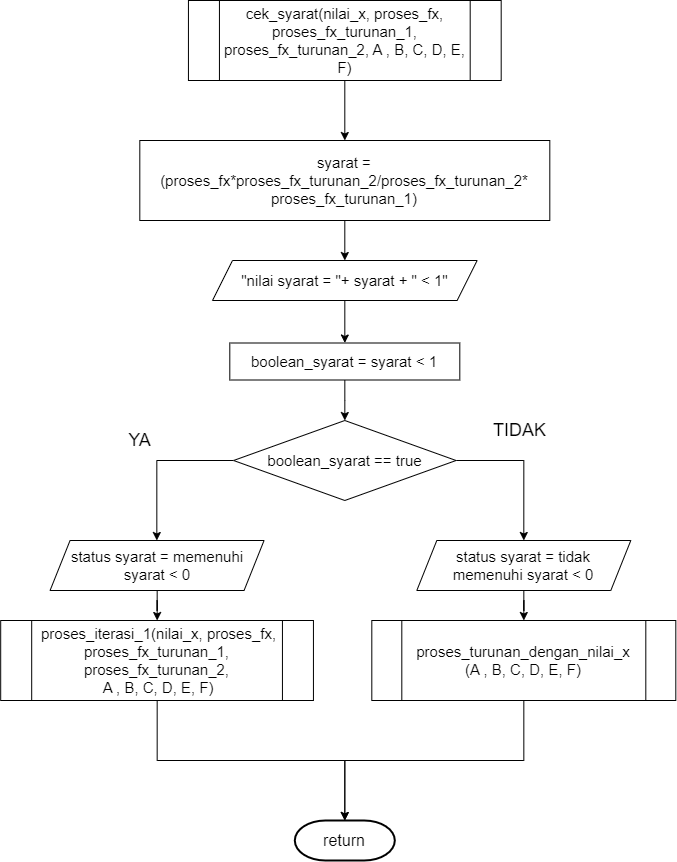
This is Page/page 4.png from indyadirak/algoritma-newton-raptor, a draw.io export, as it was before one commit. Source tidied: cells renumbered, new cells last; positions are measured from the earlier drawing's top-left corner, leaving out a move shared by most shapes. Its diagram source:
```xml
<mxGraphModel>
  <root>
    <mxCell id="0" />
    <mxCell id="1" parent="0" />
    <mxCell id="2" style="edgeStyle=orthogonalEdgeStyle;rounded=0;jettySize=auto;html=1;fontSize=18;" parent="1" edge="1" source="3" target="5">
      <mxGeometry relative="1" as="geometry" />
    </mxCell>
    <mxCell id="3" value="&lt;span style=&quot;font-size: 15px;&quot;&gt;syarat = (proses_fx*proses_fx_turunan_2/proses_fx_turunan_2*&lt;br&gt;proses_fx_turunan_1)&lt;/span&gt;" style="whiteSpace=wrap;html=1;fontSize=15;" parent="1" vertex="1">
      <mxGeometry x="139.3" y="140" width="410" height="80" as="geometry" />
    </mxCell>
    <mxCell id="4" style="edgeStyle=orthogonalEdgeStyle;rounded=0;jettySize=auto;html=1;fontSize=18;" parent="1" edge="1" source="5" target="7">
      <mxGeometry relative="1" as="geometry" />
    </mxCell>
    <mxCell id="5" value="&lt;span style=&quot;font-size: 15px;&quot;&gt;&quot;nilai syarat = &quot;+ syarat + &quot; &amp;lt; 1&quot;&lt;/span&gt;" style="shape=parallelogram;perimeter=parallelogramPerimeter;whiteSpace=wrap;html=1;fixedSize=1;fontSize=15;" parent="1" vertex="1">
      <mxGeometry x="212" y="260" width="264.6" height="40" as="geometry" />
    </mxCell>
    <mxCell id="6" style="edgeStyle=orthogonalEdgeStyle;rounded=0;jettySize=auto;html=1;fontSize=18;" parent="1" edge="1" source="7" target="10">
      <mxGeometry relative="1" as="geometry" />
    </mxCell>
    <mxCell id="7" value="&lt;span style=&quot;font-size: 15px;&quot;&gt;boolean_syarat = syarat &amp;lt; 1&lt;/span&gt;" style="whiteSpace=wrap;html=1;fontSize=15;" parent="1" vertex="1">
      <mxGeometry x="229.3" y="342.5" width="230" height="37" as="geometry" />
    </mxCell>
    <mxCell id="8" style="edgeStyle=orthogonalEdgeStyle;rounded=0;jettySize=auto;html=1;fontSize=18;" parent="1" edge="1" source="10" target="12">
      <mxGeometry relative="1" as="geometry">
        <Array as="points">
          <mxPoint x="156.3" y="460" />
        </Array>
      </mxGeometry>
    </mxCell>
    <mxCell id="9" style="edgeStyle=orthogonalEdgeStyle;rounded=0;jettySize=auto;html=1;entryX=0.5;entryY=0;entryDx=0;entryDy=0;fontSize=18;" parent="1" edge="1" source="10" target="16">
      <mxGeometry relative="1" as="geometry">
        <Array as="points">
          <mxPoint x="523.3" y="460" />
        </Array>
      </mxGeometry>
    </mxCell>
    <mxCell id="10" value="&lt;span style=&quot;font-size: 15px;&quot;&gt;boolean_syarat == true&lt;/span&gt;" style="rhombus;whiteSpace=wrap;html=1;fontSize=15;" parent="1" vertex="1">
      <mxGeometry x="233.1" y="420" width="222.5" height="80" as="geometry" />
    </mxCell>
    <mxCell id="11" style="edgeStyle=orthogonalEdgeStyle;rounded=0;jettySize=auto;html=1;fontSize=18;" parent="1" edge="1" source="12" target="14">
      <mxGeometry relative="1" as="geometry" />
    </mxCell>
    <mxCell id="12" value="&lt;span style=&quot;font-size: 15px;&quot;&gt;status syarat = memenuhi syarat &amp;lt; 0&lt;/span&gt;" style="shape=parallelogram;perimeter=parallelogramPerimeter;whiteSpace=wrap;html=1;fixedSize=1;fontSize=15;" parent="1" vertex="1">
      <mxGeometry x="49.6" y="540" width="214" height="50" as="geometry" />
    </mxCell>
    <mxCell id="13" style="edgeStyle=orthogonalEdgeStyle;rounded=0;jettySize=auto;html=1;entryX=0.5;entryY=0;entryDx=0;entryDy=0;entryPerimeter=0;fontSize=18;" parent="1" edge="1" source="14" target="19">
      <mxGeometry relative="1" as="geometry" />
    </mxCell>
    <mxCell id="14" value="&lt;span style=&quot;font-size: 15px;&quot;&gt;&amp;nbsp;proses_iterasi_1(nilai_x, proses_fx, proses_fx_turunan_1, &lt;br&gt;proses_fx_turunan_2,&lt;br&gt;&amp;nbsp;A , B, C, D, E, F)&lt;/span&gt;" style="shape=process;whiteSpace=wrap;html=1;backgroundOutline=1;fontSize=15;" parent="1" vertex="1">
      <mxGeometry x="0.2" y="620" width="312.8" height="80" as="geometry" />
    </mxCell>
    <mxCell id="15" style="edgeStyle=orthogonalEdgeStyle;rounded=0;jettySize=auto;html=1;fontSize=18;" parent="1" edge="1" source="16" target="18">
      <mxGeometry relative="1" as="geometry" />
    </mxCell>
    <mxCell id="16" value="&lt;span style=&quot;font-size: 15px;&quot;&gt;status syarat = tidak &lt;br&gt;memenuhi syarat &amp;lt; 0&lt;/span&gt;" style="shape=parallelogram;perimeter=parallelogramPerimeter;whiteSpace=wrap;html=1;fixedSize=1;fontSize=15;" parent="1" vertex="1">
      <mxGeometry x="416.3" y="540" width="214" height="50" as="geometry" />
    </mxCell>
    <mxCell id="17" style="edgeStyle=orthogonalEdgeStyle;rounded=0;jettySize=auto;html=1;entryX=0.5;entryY=0;entryDx=0;entryDy=0;entryPerimeter=0;fontSize=18;" parent="1" edge="1" source="18" target="19">
      <mxGeometry relative="1" as="geometry" />
    </mxCell>
    <mxCell id="18" value="&lt;span style=&quot;font-size: 15px;&quot;&gt;proses_turunan_dengan_nilai_x&lt;br&gt;(A , B, C, D, E, F)&lt;/span&gt;" style="shape=process;whiteSpace=wrap;html=1;backgroundOutline=1;fontSize=15;" parent="1" vertex="1">
      <mxGeometry x="371.3" y="620" width="304" height="80" as="geometry" />
    </mxCell>
    <mxCell id="19" value="&lt;font style=&quot;font-size: 16px;&quot;&gt;return&lt;/font&gt;" style="strokeWidth=2;html=1;shape=mxgraph.flowchart.terminator;whiteSpace=wrap;" parent="1" vertex="1">
      <mxGeometry x="294.3" y="820" width="100" height="40" as="geometry" />
    </mxCell>
    <mxCell id="20" value="YA" style="text;html=1;align=center;verticalAlign=middle;strokeColor=none;fillColor=none;fontSize=18;" parent="1" vertex="1">
      <mxGeometry x="114.3" y="420" width="50" height="40" as="geometry" />
    </mxCell>
    <mxCell id="21" value="TIDAK" style="text;html=1;align=center;verticalAlign=middle;points=[];strokeColor=none;fillColor=none;fontSize=18;" parent="1" vertex="1">
      <mxGeometry x="479.3" y="410" width="80" height="40" as="geometry" />
    </mxCell>
    <mxCell id="22" style="edgeStyle=orthogonalEdgeStyle;rounded=0;jettySize=auto;html=1;entryX=0.5;entryY=0;entryDx=0;entryDy=0;" parent="1" edge="1" source="23" target="3">
      <mxGeometry relative="1" as="geometry" />
    </mxCell>
    <mxCell id="23" value="&lt;span style=&quot;font-size: 15px;&quot;&gt;cek_syarat(nilai_x, proses_fx, proses_fx_turunan_1, proses_fx_turunan_2, A , B, C, D, E, F)&lt;/span&gt;" style="shape=process;whiteSpace=wrap;html=1;backgroundOutline=1;fontSize=15;" parent="1" vertex="1">
      <mxGeometry x="187.9" width="312.8" height="80" as="geometry" />
    </mxCell>
  </root>
</mxGraphModel>
```
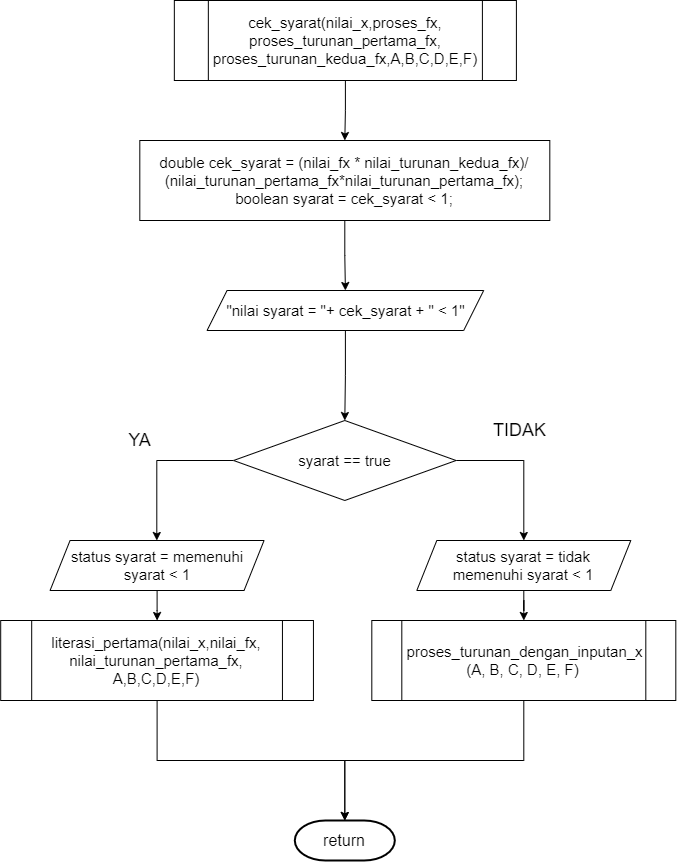
The same diagram one commit later.

The edit, as a diff of the source:
```diff
@@ -5,76 +5,70 @@
     <mxCell id="2" style="edgeStyle=orthogonalEdgeStyle;rounded=0;jettySize=auto;html=1;fontSize=18;" parent="1" edge="1" source="3" target="5">
       <mxGeometry relative="1" as="geometry" />
     </mxCell>
-    <mxCell id="3" value="&lt;span style=&quot;font-size: 15px;&quot;&gt;syarat = (proses_fx*proses_fx_turunan_2/proses_fx_turunan_2*&lt;br&gt;proses_fx_turunan_1)&lt;/span&gt;" style="whiteSpace=wrap;html=1;fontSize=15;" parent="1" vertex="1">
+    <mxCell id="3" value="&lt;div&gt;&lt;span style=&quot;font-size: 15px;&quot;&gt;double cek_syarat = (nilai_fx * nilai_turunan_kedua_fx)/&lt;/span&gt;&lt;/div&gt;&lt;div&gt;&lt;span style=&quot;font-size: 15px;&quot;&gt;(nilai_turunan_pertama_fx*nilai_turunan_pertama_fx);&lt;/span&gt;&lt;/div&gt;&lt;div&gt;&lt;span style=&quot;font-size: 15px;&quot;&gt;boolean syarat = cek_syarat &amp;lt; 1;&lt;/span&gt;&lt;/div&gt;" style="whiteSpace=wrap;html=1;fontSize=15;" parent="1" vertex="1">
       <mxGeometry x="139.3" y="140" width="410" height="80" as="geometry" />
     </mxCell>
-    <mxCell id="4" style="edgeStyle=orthogonalEdgeStyle;rounded=0;jettySize=auto;html=1;fontSize=18;" parent="1" edge="1" source="5" target="7">
+    <mxCell id="4" style="edgeStyle=orthogonalEdgeStyle;rounded=0;jettySize=auto;html=1;entryX=0.5;entryY=0;entryDx=0;entryDy=0;fontSize=15;" parent="1" edge="1" source="5" target="8">
       <mxGeometry relative="1" as="geometry" />
     </mxCell>
-    <mxCell id="5" value="&lt;span style=&quot;font-size: 15px;&quot;&gt;&quot;nilai syarat = &quot;+ syarat + &quot; &amp;lt; 1&quot;&lt;/span&gt;" style="shape=parallelogram;perimeter=parallelogramPerimeter;whiteSpace=wrap;html=1;fixedSize=1;fontSize=15;" parent="1" vertex="1">
-      <mxGeometry x="212" y="260" width="264.6" height="40" as="geometry" />
+    <mxCell id="5" value="&lt;span style=&quot;font-size: 15px;&quot;&gt;&quot;nilai syarat = &quot;+ cek_syarat + &quot; &amp;lt; 1&quot;&lt;/span&gt;" style="shape=parallelogram;perimeter=parallelogramPerimeter;whiteSpace=wrap;html=1;fixedSize=1;fontSize=15;" parent="1" vertex="1">
+      <mxGeometry x="206.6" y="290" width="276.6" height="40" as="geometry" />
     </mxCell>
-    <mxCell id="6" style="edgeStyle=orthogonalEdgeStyle;rounded=0;jettySize=auto;html=1;fontSize=18;" parent="1" edge="1" source="7" target="10">
-      <mxGeometry relative="1" as="geometry" />
+    <mxCell id="6" style="edgeStyle=orthogonalEdgeStyle;rounded=0;jettySize=auto;html=1;fontSize=18;" parent="1" edge="1" source="8" target="10">
+      <mxGeometry relative="1" as="geometry">
+        <Array as="points">
+          <mxPoint x="156.3" y="460" />
+        </Array>
+      </mxGeometry>
     </mxCell>
-    <mxCell id="7" value="&lt;span style=&quot;font-size: 15px;&quot;&gt;boolean_syarat = syarat &amp;lt; 1&lt;/span&gt;" style="whiteSpace=wrap;html=1;fontSize=15;" parent="1" vertex="1">
-      <mxGeometry x="229.3" y="342.5" width="230" height="37" as="geometry" />
+    <mxCell id="7" style="edgeStyle=orthogonalEdgeStyle;rounded=0;jettySize=auto;html=1;entryX=0.5;entryY=0;entryDx=0;entryDy=0;fontSize=18;" parent="1" edge="1" source="8" target="14">
+      <mxGeometry relative="1" as="geometry">
+        <Array as="points">
+          <mxPoint x="523.3" y="460" />
+        </Array>
+      </mxGeometry>
     </mxCell>
-    <mxCell id="8" style="edgeStyle=orthogonalEdgeStyle;rounded=0;jettySize=auto;html=1;fontSize=18;" parent="1" edge="1" source="10" target="12">
-      <mxGeometry relative="1" as="geometry">
-        <Array as="points">
-          <mxPoint x="156.3" y="460" />
-        </Array>
-      </mxGeometry>
+    <mxCell id="8" value="&lt;span style=&quot;font-size: 15px;&quot;&gt;syarat == true&lt;/span&gt;" style="rhombus;whiteSpace=wrap;html=1;fontSize=15;" parent="1" vertex="1">
+      <mxGeometry x="233.1" y="420" width="222.5" height="80" as="geometry" />
     </mxCell>
-    <mxCell id="9" style="edgeStyle=orthogonalEdgeStyle;rounded=0;jettySize=auto;html=1;entryX=0.5;entryY=0;entryDx=0;entryDy=0;fontSize=18;" parent="1" edge="1" source="10" target="16">
-      <mxGeometry relative="1" as="geometry">
-        <Array as="points">
-          <mxPoint x="523.3" y="460" />
-        </Array>
-      </mxGeometry>
+    <mxCell id="9" style="edgeStyle=orthogonalEdgeStyle;rounded=0;jettySize=auto;html=1;fontSize=18;" parent="1" edge="1" source="10" target="12">
+      <mxGeometry relative="1" as="geometry" />
     </mxCell>
-    <mxCell id="10" value="&lt;span style=&quot;font-size: 15px;&quot;&gt;boolean_syarat == true&lt;/span&gt;" style="rhombus;whiteSpace=wrap;html=1;fontSize=15;" parent="1" vertex="1">
-      <mxGeometry x="233.1" y="420" width="222.5" height="80" as="geometry" />
+    <mxCell id="10" value="&lt;span style=&quot;font-size: 15px;&quot;&gt;status syarat = memenuhi syarat &amp;lt; 1&lt;/span&gt;" style="shape=parallelogram;perimeter=parallelogramPerimeter;whiteSpace=wrap;html=1;fixedSize=1;fontSize=15;" parent="1" vertex="1">
+      <mxGeometry x="49.6" y="540" width="214" height="50" as="geometry" />
     </mxCell>
-    <mxCell id="11" style="edgeStyle=orthogonalEdgeStyle;rounded=0;jettySize=auto;html=1;fontSize=18;" parent="1" edge="1" source="12" target="14">
+    <mxCell id="11" style="edgeStyle=orthogonalEdgeStyle;rounded=0;jettySize=auto;html=1;entryX=0.5;entryY=0;entryDx=0;entryDy=0;entryPerimeter=0;fontSize=18;" parent="1" edge="1" source="12" target="17">
       <mxGeometry relative="1" as="geometry" />
     </mxCell>
-    <mxCell id="12" value="&lt;span style=&quot;font-size: 15px;&quot;&gt;status syarat = memenuhi syarat &amp;lt; 0&lt;/span&gt;" style="shape=parallelogram;perimeter=parallelogramPerimeter;whiteSpace=wrap;html=1;fixedSize=1;fontSize=15;" parent="1" vertex="1">
-      <mxGeometry x="49.6" y="540" width="214" height="50" as="geometry" />
+    <mxCell id="12" value="&lt;span style=&quot;font-size: 15px;&quot;&gt;literasi_pertama(nilai_x,nilai_fx,&lt;br&gt;nilai_turunan_pertama_fx,&lt;br&gt;A,B,C,D,E,F)&lt;/span&gt;" style="shape=process;whiteSpace=wrap;html=1;backgroundOutline=1;fontSize=15;" parent="1" vertex="1">
+      <mxGeometry x="0.2" y="620" width="312.8" height="80" as="geometry" />
     </mxCell>
-    <mxCell id="13" style="edgeStyle=orthogonalEdgeStyle;rounded=0;jettySize=auto;html=1;entryX=0.5;entryY=0;entryDx=0;entryDy=0;entryPerimeter=0;fontSize=18;" parent="1" edge="1" source="14" target="19">
+    <mxCell id="13" style="edgeStyle=orthogonalEdgeStyle;rounded=0;jettySize=auto;html=1;fontSize=18;" parent="1" edge="1" source="14" target="16">
       <mxGeometry relative="1" as="geometry" />
     </mxCell>
-    <mxCell id="14" value="&lt;span style=&quot;font-size: 15px;&quot;&gt;&amp;nbsp;proses_iterasi_1(nilai_x, proses_fx, proses_fx_turunan_1, &lt;br&gt;proses_fx_turunan_2,&lt;br&gt;&amp;nbsp;A , B, C, D, E, F)&lt;/span&gt;" style="shape=process;whiteSpace=wrap;html=1;backgroundOutline=1;fontSize=15;" parent="1" vertex="1">
-      <mxGeometry x="0.2" y="620" width="312.8" height="80" as="geometry" />
+    <mxCell id="14" value="&lt;span style=&quot;font-size: 15px;&quot;&gt;status syarat = tidak &lt;br&gt;memenuhi syarat &amp;lt; 1&lt;/span&gt;" style="shape=parallelogram;perimeter=parallelogramPerimeter;whiteSpace=wrap;html=1;fixedSize=1;fontSize=15;" parent="1" vertex="1">
+      <mxGeometry x="416.3" y="540" width="214" height="50" as="geometry" />
     </mxCell>
-    <mxCell id="15" style="edgeStyle=orthogonalEdgeStyle;rounded=0;jettySize=auto;html=1;fontSize=18;" parent="1" edge="1" source="16" target="18">
+    <mxCell id="15" style="edgeStyle=orthogonalEdgeStyle;rounded=0;jettySize=auto;html=1;entryX=0.5;entryY=0;entryDx=0;entryDy=0;entryPerimeter=0;fontSize=18;" parent="1" edge="1" source="16" target="17">
       <mxGeometry relative="1" as="geometry" />
     </mxCell>
-    <mxCell id="16" value="&lt;span style=&quot;font-size: 15px;&quot;&gt;status syarat = tidak &lt;br&gt;memenuhi syarat &amp;lt; 0&lt;/span&gt;" style="shape=parallelogram;perimeter=parallelogramPerimeter;whiteSpace=wrap;html=1;fixedSize=1;fontSize=15;" parent="1" vertex="1">
-      <mxGeometry x="416.3" y="540" width="214" height="50" as="geometry" />
+    <mxCell id="16" value="&lt;span style=&quot;font-size: 15px;&quot;&gt;&amp;nbsp;proses_turunan_dengan_inputan_x&lt;br&gt;(A, B, C, D, E, F)&lt;/span&gt;" style="shape=process;whiteSpace=wrap;html=1;backgroundOutline=1;fontSize=15;" parent="1" vertex="1">
+      <mxGeometry x="371.3" y="620" width="304" height="80" as="geometry" />
     </mxCell>
-    <mxCell id="17" style="edgeStyle=orthogonalEdgeStyle;rounded=0;jettySize=auto;html=1;entryX=0.5;entryY=0;entryDx=0;entryDy=0;entryPerimeter=0;fontSize=18;" parent="1" edge="1" source="18" target="19">
-      <mxGeometry relative="1" as="geometry" />
+    <mxCell id="17" value="&lt;font style=&quot;font-size: 16px;&quot;&gt;return&lt;/font&gt;" style="strokeWidth=2;html=1;shape=mxgraph.flowchart.terminator;whiteSpace=wrap;" parent="1" vertex="1">
+      <mxGeometry x="294.3" y="820" width="100" height="40" as="geometry" />
     </mxCell>
-    <mxCell id="18" value="&lt;span style=&quot;font-size: 15px;&quot;&gt;proses_turunan_dengan_nilai_x&lt;br&gt;(A , B, C, D, E, F)&lt;/span&gt;" style="shape=process;whiteSpace=wrap;html=1;backgroundOutline=1;fontSize=15;" parent="1" vertex="1">
-      <mxGeometry x="371.3" y="620" width="304" height="80" as="geometry" />
+    <mxCell id="18" value="YA" style="text;html=1;align=center;verticalAlign=middle;points=[];strokeColor=none;fillColor=none;fontSize=18;" parent="1" vertex="1">
+      <mxGeometry x="114.3" y="420" width="50" height="40" as="geometry" />
     </mxCell>
-    <mxCell id="19" value="&lt;font style=&quot;font-size: 16px;&quot;&gt;return&lt;/font&gt;" style="strokeWidth=2;html=1;shape=mxgraph.flowchart.terminator;whiteSpace=wrap;" parent="1" vertex="1">
-      <mxGeometry x="294.3" y="820" width="100" height="40" as="geometry" />
+    <mxCell id="19" value="TIDAK" style="text;html=1;align=center;verticalAlign=middle;points=[];strokeColor=none;fillColor=none;fontSize=18;" parent="1" vertex="1">
+      <mxGeometry x="479.3" y="410" width="80" height="40" as="geometry" />
     </mxCell>
-    <mxCell id="20" value="YA" style="text;html=1;align=center;verticalAlign=middle;strokeColor=none;fillColor=none;fontSize=18;" parent="1" vertex="1">
-      <mxGeometry x="114.3" y="420" width="50" height="40" as="geometry" />
+    <mxCell id="20" style="edgeStyle=orthogonalEdgeStyle;rounded=0;jettySize=auto;html=1;entryX=0.5;entryY=0;entryDx=0;entryDy=0;" parent="1" edge="1" source="21" target="3">
+      <mxGeometry relative="1" as="geometry" />
     </mxCell>
-    <mxCell id="21" value="TIDAK" style="text;html=1;align=center;verticalAlign=middle;points=[];strokeColor=none;fillColor=none;fontSize=18;" parent="1" vertex="1">
-      <mxGeometry x="479.3" y="410" width="80" height="40" as="geometry" />
+    <mxCell id="21" value="cek_syarat(nilai_x,proses_fx,&lt;br style=&quot;border-color: var(--border-color);&quot;&gt;proses_turunan_pertama_fx, proses_turunan_kedua_fx,A,B,C,D,E,F)" style="shape=process;whiteSpace=wrap;html=1;backgroundOutline=1;fontSize=15;" parent="1" vertex="1">
+      <mxGeometry x="173.8" width="342.1" height="80" as="geometry" />
     </mxCell>
-    <mxCell id="22" style="edgeStyle=orthogonalEdgeStyle;rounded=0;jettySize=auto;html=1;entryX=0.5;entryY=0;entryDx=0;entryDy=0;" parent="1" edge="1" source="23" target="3">
-      <mxGeometry relative="1" as="geometry" />
-    </mxCell>
-    <mxCell id="23" value="&lt;span style=&quot;font-size: 15px;&quot;&gt;cek_syarat(nilai_x, proses_fx, proses_fx_turunan_1, proses_fx_turunan_2, A , B, C, D, E, F)&lt;/span&gt;" style="shape=process;whiteSpace=wrap;html=1;backgroundOutline=1;fontSize=15;" parent="1" vertex="1">
-      <mxGeometry x="187.9" width="312.8" height="80" as="geometry" />
-    </mxCell>
   </root>
 </mxGraphModel>
```
